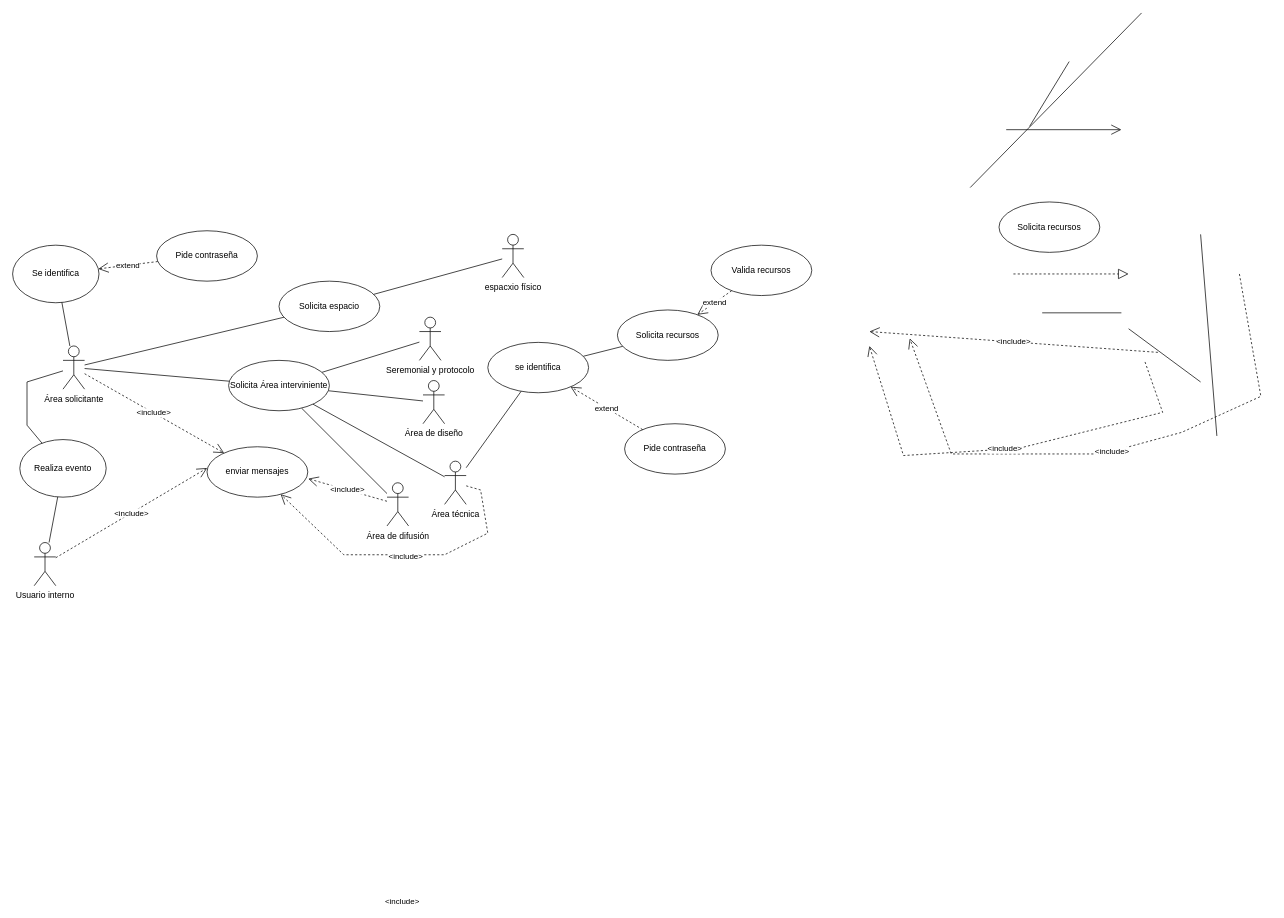
Earlier version of the draw.io diagram CasoDeUso.drawio (JonathanUrquiza/DER). Source tidied: cells renumbered, new cells numbered last; positions are measured from the earlier drawing's top-left corner, leaving out a move shared by most shapes. Both pictures are drawn from the tidied source at 72%, with x=0, y=0 at pixel (12, 12).
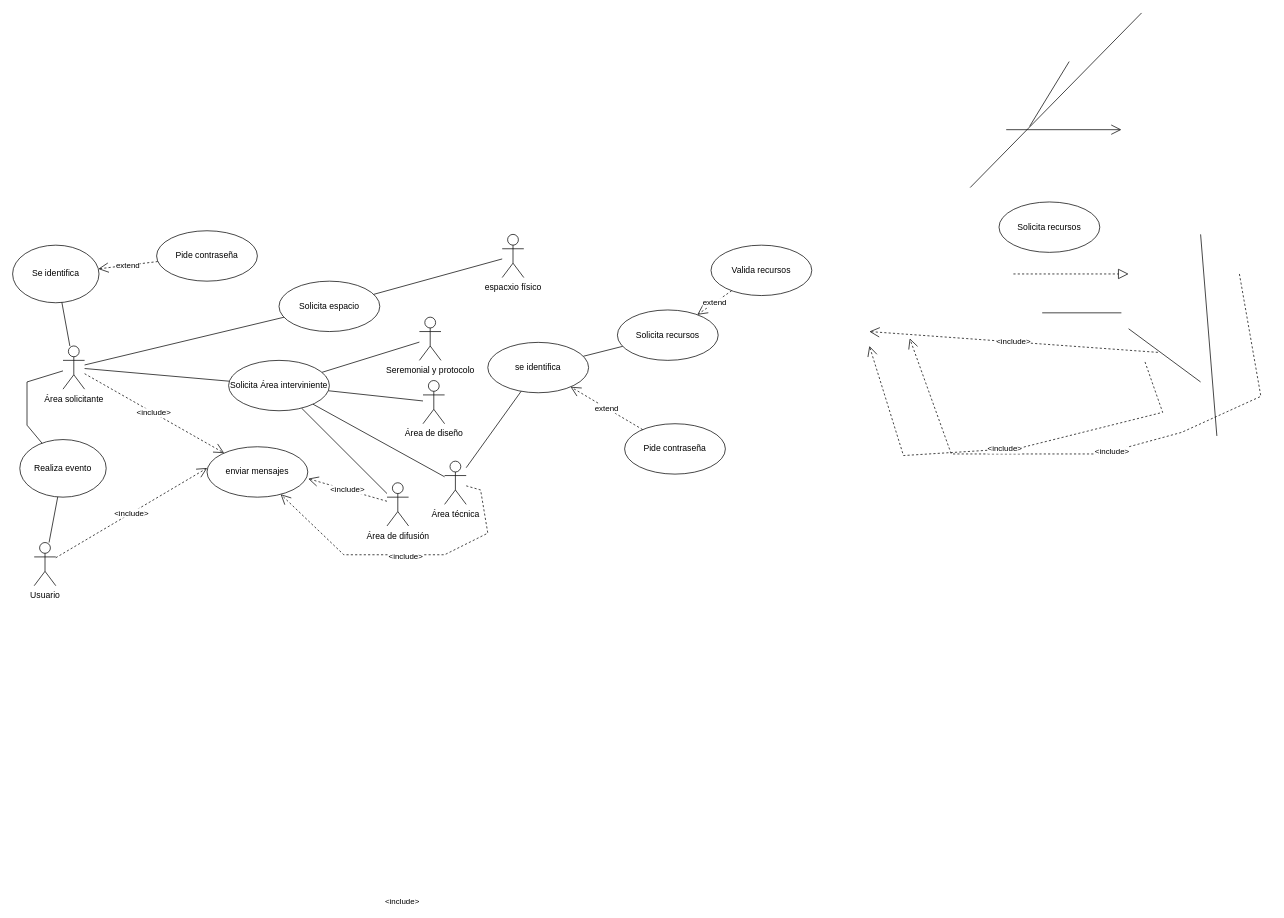
Above is the later version.

What changed in the source:
```diff
@@
-    <mxCell id="3" value="Usuario interno" style="shape=umlActor;verticalLabelPosition=bottom;verticalAlign=top;html=1;outlineConnect=0;" parent="1" vertex="1">
+    <mxCell id="3" value="Usuario" style="shape=umlActor;verticalLabelPosition=bottom;verticalAlign=top;html=1;outlineConnect=0;" parent="1" vertex="1">
       <mxGeometry x="30" y="736" width="30" height="60" as="geometry" />
     </mxCell>
```
